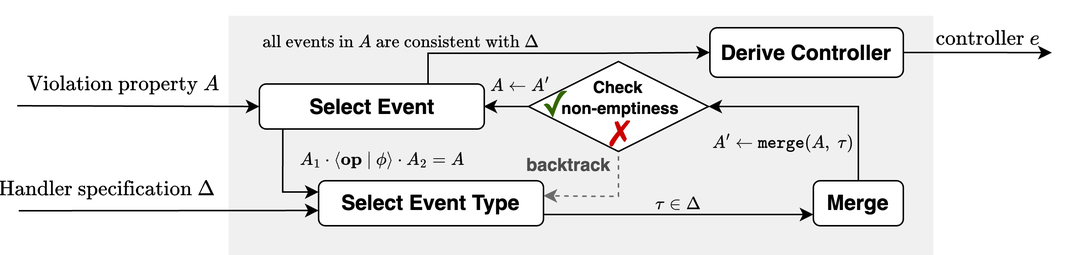
Earlier version of the draw.io export figures/intuition-plan-syn.drawio.png (zhezhouzz/PLDI25-HAT-Planing). Source tidied: cells renumbered, new cells last; positions are measured from the earlier drawing's top-left corner, leaving out a move shared by most shapes.
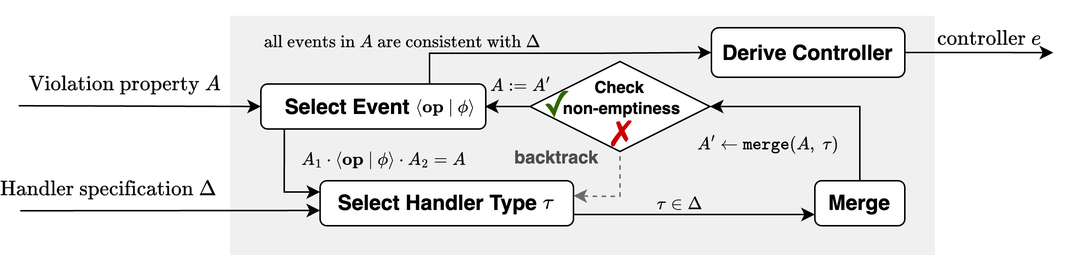
The same diagram one commit later.

Commit message:
update docker and figure

The edit, as a diff of the source:
```diff
@@ -22,14 +22,14 @@
         </Array>
       </mxGeometry>
     </mxCell>
-    <mxCell id="7" value="&lt;b&gt;&lt;font style=&quot;font-size: 14px;&quot;&gt;Select Event&lt;/font&gt;&lt;/b&gt;" style="rounded=1;whiteSpace=wrap;html=1;" parent="1" vertex="1">
+    <mxCell id="7" value="&lt;b&gt;&lt;font style=&quot;font-size: 14px;&quot;&gt;Select Event&amp;nbsp; &amp;nbsp; &amp;nbsp; &amp;nbsp; &amp;nbsp;&lt;/font&gt;&lt;/b&gt;&lt;span style=&quot;color: rgba(0, 0, 0, 0); font-family: monospace; font-size: 0px; text-align: start; text-wrap-mode: nowrap;&quot;&gt;%3CmxGraphModel%3E%3Croot%3E%3CmxCell%20id%3D%220%22%2F%3E%3CmxCell%20id%3D%221%22%20parent%3D%220%22%2F%3E%3CmxCell%20id%3D%222%22%20value%3D%22%26lt%3Bfont%20style%3D%26quot%3Bfont-size%3A%2010px%3B%26quot%3B%26gt%3B%24%24%5Clangle%20%5Cmathbf%7Bop%7D~%7C~%20%5Cphi%20%5Crangle%24%24%26lt%3B%2Ffont%26gt%3B%22%20style%3D%22text%3Bhtml%3D1%3Balign%3Dcenter%3BverticalAlign%3Dmiddle%3BwhiteSpace%3Dwrap%3Brounded%3D0%3B%22%20vertex%3D%221%22%20parent%3D%221%22%3E%3CmxGeometry%20x%3D%22311.5%22%20y%3D%22450%22%20width%3D%2260%22%20height%3D%2230%22%20as%3D%22geometry%22%2F%3E%3C%2FmxCell%3E%3C%2Froot%3E%3C%2FmxGraphModel%3E&lt;/span&gt;" style="rounded=1;whiteSpace=wrap;html=1;" parent="1" vertex="1">
       <mxGeometry x="171.5" y="55.5" width="150" height="30" as="geometry" />
     </mxCell>
     <mxCell id="8" style="edgeStyle=orthogonalEdgeStyle;rounded=0;jettySize=auto;html=1;exitX=1;exitY=0.75;exitDx=0;exitDy=0;entryX=0;entryY=0.75;entryDx=0;entryDy=0;" parent="1" edge="1" source="9" target="11">
       <mxGeometry relative="1" as="geometry" />
     </mxCell>
-    <mxCell id="9" value="&lt;b&gt;&lt;font style=&quot;font-size: 14px;&quot;&gt;Select Event Type&lt;/font&gt;&lt;/b&gt;" style="rounded=1;whiteSpace=wrap;html=1;" parent="1" vertex="1">
-      <mxGeometry x="211" y="120" width="150" height="30" as="geometry" />
+    <mxCell id="9" value="&lt;b&gt;&lt;font style=&quot;font-size: 14px;&quot;&gt;Select Handler Type&amp;nbsp; &amp;nbsp;&lt;/font&gt;&lt;/b&gt;" style="rounded=1;whiteSpace=wrap;html=1;" parent="1" vertex="1">
+      <mxGeometry x="211" y="120" width="169" height="30" as="geometry" />
     </mxCell>
     <mxCell id="10" style="edgeStyle=orthogonalEdgeStyle;rounded=0;jettySize=auto;html=1;exitX=0.5;exitY=0;exitDx=0;exitDy=0;entryX=1;entryY=0.5;entryDx=0;entryDy=0;" parent="1" edge="1" source="11" target="13">
       <mxGeometry relative="1" as="geometry" />
@@ -40,7 +40,7 @@
     <mxCell id="12" style="edgeStyle=orthogonalEdgeStyle;rounded=0;orthogonalLoop=1;jettySize=auto;html=1;exitX=0.5;exitY=1;exitDx=0;exitDy=0;dashed=1;strokeColor=#6b6b6b;" parent="1" edge="1">
       <mxGeometry relative="1" as="geometry">
         <mxPoint x="411" y="91.6" as="sourcePoint" />
-        <mxPoint x="361" y="130" as="targetPoint" />
+        <mxPoint x="380" y="130" as="targetPoint" />
         <Array as="points">
           <mxPoint x="396" y="130.4" />
           <mxPoint x="291" y="130.4" />
@@ -51,7 +51,7 @@
       <mxGeometry x="351" y="40.5" width="120" height="60" as="geometry" />
     </mxCell>
     <mxCell id="14" value="&lt;font color=&quot;#4d4d4d&quot;&gt;&lt;b&gt;backtrack&lt;/b&gt;&lt;/font&gt;" style="text;html=1;align=center;verticalAlign=middle;whiteSpace=wrap;rounded=0;strokeColor=none;" parent="1" vertex="1">
-      <mxGeometry x="348" y="95" width="60" height="30" as="geometry" />
+      <mxGeometry x="339" y="90" width="60" height="30" as="geometry" />
     </mxCell>
     <mxCell id="15" style="endArrow=classic;html=1;rounded=0;entryX=0;entryY=0.5;entryDx=0;entryDy=0;" parent="1" edge="1" target="7">
       <mxGeometry relative="1" as="geometry">
@@ -79,7 +79,7 @@
       <mxGeometry x="621" width="79" height="8" as="geometry" />
     </mxCell>
     <mxCell id="21" value="$$A' \leftarrow \mathtt{merge}(A,\; \tau)$$" style="text;html=1;align=center;verticalAlign=middle;whiteSpace=wrap;rounded=0;fontSize=10;" parent="1" vertex="1">
-      <mxGeometry x="451" y="80" width="140" height="30" as="geometry" />
+      <mxGeometry x="440" y="81" width="140" height="30" as="geometry" />
     </mxCell>
     <mxCell id="22" value="&lt;h1 style=&quot;box-sizing: border-box; margin: 0px 0px 40px; font-weight: 400; line-height: 56px; letter-spacing: -0.105rem; max-width: 737px; font-family: &amp;quot;Helvetica Neue&amp;quot;, &amp;quot;Vitesco W05 Roman&amp;quot;, Helvetica, Arial, sans-serif; text-align: start;&quot; id=&quot;symbol-title&quot; class=&quot;symbol-main__title&quot;&gt;&lt;span style=&quot;font-family: sans-serif;&quot;&gt;&lt;font color=&quot;#cc0000&quot; style=&quot;font-size: 24px;&quot;&gt;✗&lt;/font&gt;&lt;/span&gt;&lt;/h1&gt;" style="text;html=1;align=center;verticalAlign=middle;whiteSpace=wrap;rounded=0;" parent="1" vertex="1">
       <mxGeometry x="393.5" y="97" width="35" height="20" as="geometry" />
@@ -101,8 +101,14 @@
     <mxCell id="27" style="edgeStyle=orthogonalEdgeStyle;rounded=0;orthogonalLoop=1;jettySize=auto;html=1;exitX=0.5;exitY=1;exitDx=0;exitDy=0;" parent="1" edge="1" source="20" target="20">
       <mxGeometry relative="1" as="geometry" />
     </mxCell>
-    <mxCell id="28" value="&lt;font style=&quot;font-size: 10px;&quot;&gt;$$A \leftarrow A'$$&lt;/font&gt;" style="text;html=1;align=center;verticalAlign=middle;strokeColor=none;fillColor=none;" parent="1" vertex="1">
-      <mxGeometry x="290" y="40.5" width="110" height="30" as="geometry" />
+    <mxCell id="28" value="&lt;font style=&quot;font-size: 10px;&quot;&gt;$$A := A'$$&lt;/font&gt;" style="text;html=1;align=center;verticalAlign=middle;strokeColor=none;fillColor=none;" parent="1" vertex="1">
+      <mxGeometry x="310" y="40.5" width="70" height="30" as="geometry" />
     </mxCell>
+    <mxCell id="29" value="&lt;font style=&quot;font-size: 10px;&quot;&gt;$$\langle \mathbf{op}~|~ \phi \rangle$$&lt;/font&gt;" style="text;html=1;align=center;verticalAlign=middle;whiteSpace=wrap;rounded=0;" parent="1" vertex="1">
+      <mxGeometry x="264.5" y="55.5" width="60" height="30" as="geometry" />
+    </mxCell>
+    <mxCell id="30" value="$$\tau$$" style="text;html=1;align=center;verticalAlign=middle;whiteSpace=wrap;rounded=0;" parent="1" vertex="1">
+      <mxGeometry x="333.5" y="120" width="60" height="30" as="geometry" />
+    </mxCell>
   </root>
 </mxGraphModel>
```
